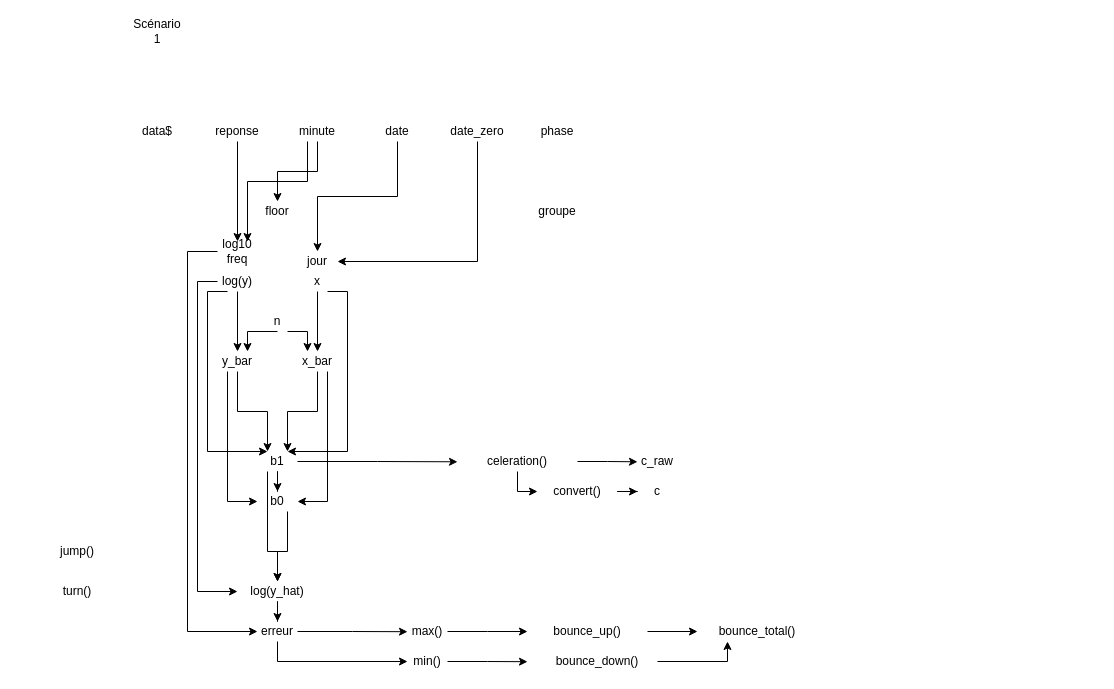
This is page "Page-1" (1 of 2) of package_en_developpement/structure_des_fonctions.drawio from agkamel/ptchart, a draw.io file, before an edit. Source tidied: cells renumbered, new cells numbered last; positions are measured from the earlier drawing's top-left corner, leaving out a move shared by most shapes. Both pictures are drawn from the tidied source at 100%, with x=0, y=0 at pixel (17, 21).
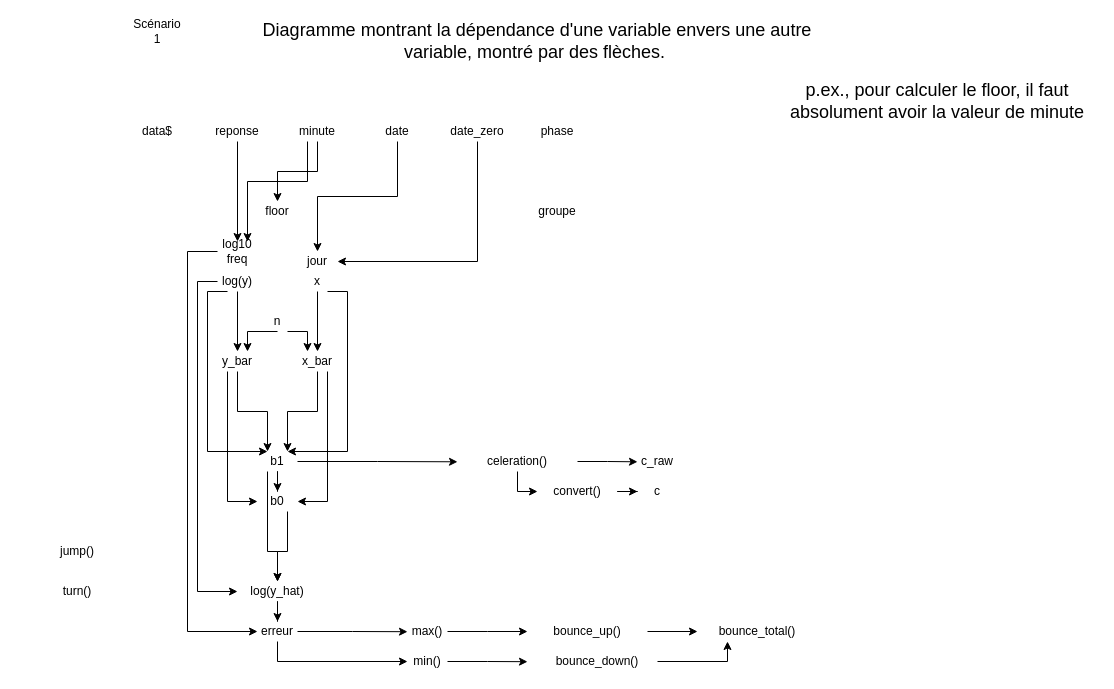
The same diagram, later.

What changed in the source:
```diff
@@
+    <mxCell id="64" value="Diagramme montrant la dépendance d'une variable envers une autre variable, montré par des flèches.&amp;nbsp;" style="text;html=1;strokeColor=none;fillColor=none;align=center;verticalAlign=middle;whiteSpace=wrap;rounded=0;fontSize=18;" parent="1" vertex="1">
+      <mxGeometry x="240" width="560" height="40" as="geometry" />
+    </mxCell>
+    <mxCell id="65" value="p.ex., pour calculer le floor, il faut absolument avoir la valeur de minute" style="text;html=1;strokeColor=none;fillColor=none;align=center;verticalAlign=middle;whiteSpace=wrap;rounded=0;fontSize=18;" parent="1" vertex="1">
+      <mxGeometry x="760" y="40" width="320" height="80" as="geometry" />
+    </mxCell>
```
